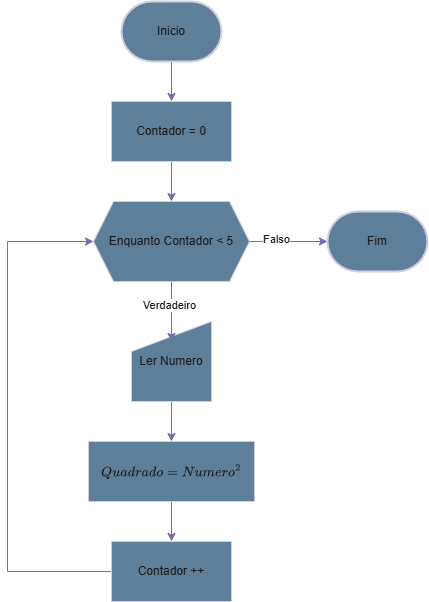
Earlier version of the draw.io export Diagramas/exercicios24.drawio.png (andrew-cdia/algoritmos-lista1). Source tidied: cells renumbered, new cells last; positions are measured from the earlier drawing's top-left corner, leaving out a move shared by most shapes.
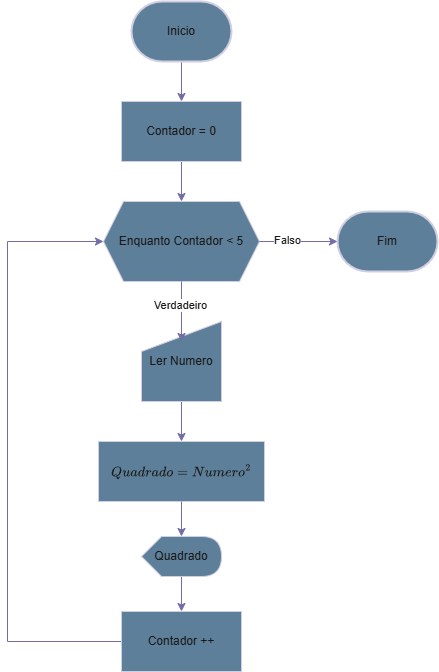
After the commit.

What changed in the source:
```diff
@@ -26,22 +26,19 @@
     <mxCell id="9" value="Ler Numero" style="shape=manualInput;whiteSpace=wrap;html=1;labelBackgroundColor=none;fillColor=#5D7F99;strokeColor=#D0CEE2;fontColor=#1A1A1A;" parent="1" vertex="1">
       <mxGeometry x="124" y="320" width="80" height="80" as="geometry" />
     </mxCell>
-    <mxCell id="10" style="edgeStyle=orthogonalEdgeStyle;rounded=0;jettySize=auto;html=1;entryX=0.5;entryY=0;entryDx=0;entryDy=0;strokeColor=#736CA8;fontColor=#1A1A1A;" parent="1" edge="1" source="11" target="13">
-      <mxGeometry relative="1" as="geometry" />
-    </mxCell>
     <mxCell id="11" value="$$Quadrado = Numero^2$$" style="rounded=0;whiteSpace=wrap;html=1;labelBackgroundColor=none;fillColor=#5D7F99;strokeColor=#D0CEE2;fontColor=#1A1A1A;" parent="1" vertex="1">
       <mxGeometry x="81" y="440" width="166" height="60" as="geometry" />
     </mxCell>
     <mxCell id="12" style="edgeStyle=orthogonalEdgeStyle;rounded=0;jettySize=auto;html=1;entryX=0;entryY=0.5;entryDx=0;entryDy=0;strokeColor=#736CA8;fontColor=#1A1A1A;" parent="1" edge="1" source="13" target="7">
       <mxGeometry relative="1" as="geometry">
         <Array as="points">
-          <mxPoint y="570" />
-          <mxPoint y="240" />
+          <mxPoint x="-10" y="640" />
+          <mxPoint x="-10" y="240" />
         </Array>
       </mxGeometry>
     </mxCell>
     <mxCell id="13" value="Contador ++" style="rounded=0;whiteSpace=wrap;html=1;labelBackgroundColor=none;fillColor=#5D7F99;strokeColor=#D0CEE2;fontColor=#1A1A1A;" parent="1" vertex="1">
-      <mxGeometry x="104" y="540" width="120" height="60" as="geometry" />
+      <mxGeometry x="104" y="610" width="120" height="60" as="geometry" />
     </mxCell>
     <mxCell id="14" style="edgeStyle=orthogonalEdgeStyle;rounded=0;jettySize=auto;html=1;entryX=0.5;entryY=0.25;entryDx=0;entryDy=0;entryPerimeter=0;strokeColor=#736CA8;fontColor=#1A1A1A;" parent="1" edge="1" source="7" target="9">
       <mxGeometry relative="1" as="geometry" />
@@ -55,5 +52,14 @@
     <mxCell id="17" value="Falso" style="edgeLabel;html=1;align=center;verticalAlign=middle;strokeColor=#D0CEE2;fontColor=#1A1A1A;fillColor=#5D7F99;" parent="16" vertex="1">
       <mxGeometry x="-0.32" y="2" relative="1" as="geometry" />
     </mxCell>
+    <mxCell id="18" style="edgeStyle=orthogonalEdgeStyle;rounded=0;jettySize=auto;html=1;entryX=0.5;entryY=0;entryDx=0;entryDy=0;strokeColor=#736CA8;fontColor=#1A1A1A;" parent="1" edge="1" source="19" target="13">
+      <mxGeometry relative="1" as="geometry" />
+    </mxCell>
+    <mxCell id="19" value="Quadrado" style="shape=display;whiteSpace=wrap;html=1;strokeColor=#D0CEE2;fontColor=#1A1A1A;fillColor=#5D7F99;" parent="1" vertex="1">
+      <mxGeometry x="124" y="535" width="80" height="40" as="geometry" />
+    </mxCell>
+    <mxCell id="20" style="edgeStyle=orthogonalEdgeStyle;rounded=0;jettySize=auto;html=1;entryX=0;entryY=0;entryDx=40;entryDy=0;entryPerimeter=0;strokeColor=#736CA8;fontColor=#1A1A1A;" parent="1" edge="1" source="11" target="19">
+      <mxGeometry relative="1" as="geometry" />
+    </mxCell>
   </root>
 </mxGraphModel>
```
